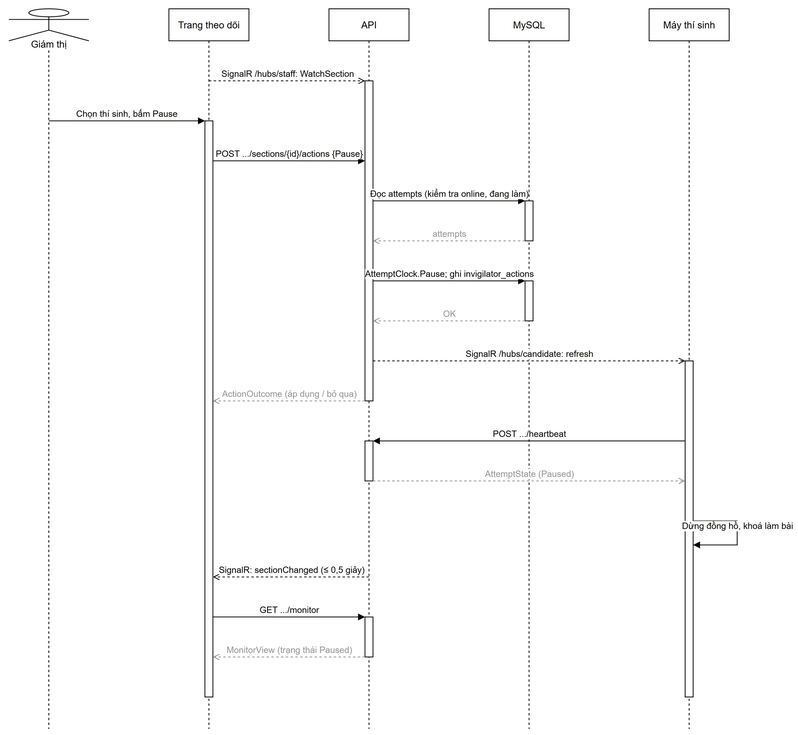
Above: thesis/diagrams/seq-invigilator-pause.drawio.png in trhlow/cambridge-exam-prep (draw.io), before the change. Source tidied: cells renumbered, new cells last; positions are measured from the earlier drawing's top-left corner, leaving out a move shared by most shapes.
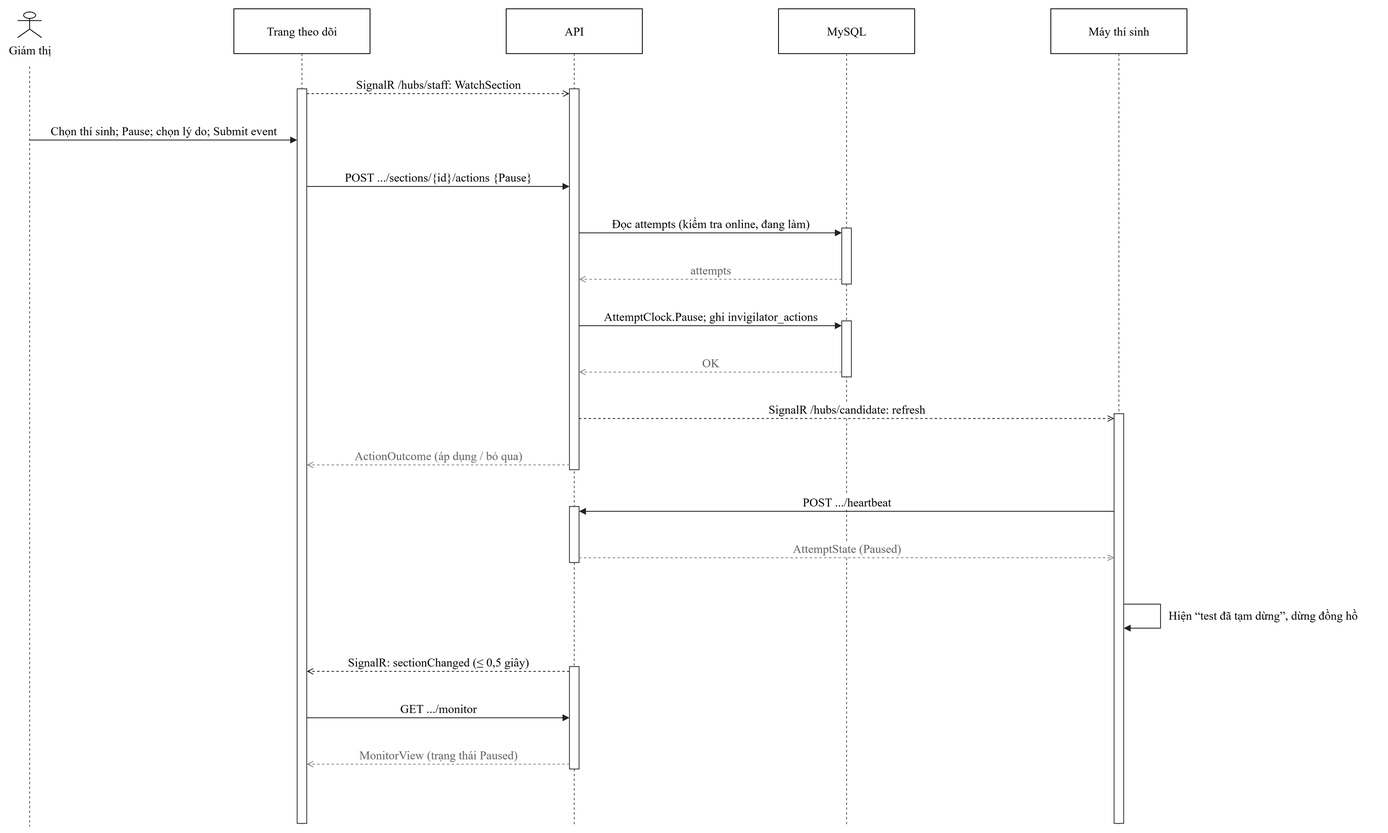
After the commit.

The edit, as a diff of the source:
```diff
@@ -2,91 +2,168 @@
   <root>
     <mxCell id="0" />
     <mxCell id="1" parent="0" />
-    <mxCell id="2" value="Giám thị" style="shape=umlLifeline;perimeter=lifelinePerimeter;whiteSpace=wrap;html=1;outlineConnect=0;portConstraint=eastwest;size=40;participant=umlActor;verticalAlign=bottom;spacingBottom=-14;labelBackgroundColor=#ffffff;" parent="1" vertex="1">
-      <mxGeometry width="100" height="900" as="geometry" />
+    <mxCell id="2" value="Giám thị" style="shape=umlActor;verticalLabelPosition=bottom;verticalAlign=top;html=1;outlineConnect=0;fontFamily=Times New Roman;fontSize=15;" parent="1" vertex="1">
+      <mxGeometry x="75" y="-36" width="30" height="32" as="geometry" />
     </mxCell>
+    <mxCell id="29" style="endArrow=none;dashed=1;html=1;strokeColor=#555555;" parent="1" edge="1">
+      <mxGeometry relative="1" as="geometry">
+        <mxPoint x="90" y="32" as="sourcePoint" />
+        <mxPoint x="90" y="982" as="targetPoint" />
+      </mxGeometry>
+    </mxCell>
-    <mxCell id="3" value="Trang theo dõi" style="shape=umlLifeline;perimeter=lifelinePerimeter;whiteSpace=wrap;html=1;outlineConnect=0;portConstraint=eastwest;size=40;" parent="1" vertex="1">
-      <mxGeometry x="200" width="100" height="900" as="geometry" />
+    <mxCell id="3" value="Trang theo dõi" style="rounded=0;whiteSpace=wrap;html=1;fontFamily=Times New Roman;fontSize=15;" parent="1" vertex="1">
+      <mxGeometry x="345" y="-40" width="170" height="56" as="geometry" />
     </mxCell>
+    <mxCell id="30" style="endArrow=none;dashed=1;html=1;strokeColor=#555555;" parent="1" edge="1">
+      <mxGeometry relative="1" as="geometry">
+        <mxPoint x="430" y="16" as="sourcePoint" />
+        <mxPoint x="430" y="982" as="targetPoint" />
+      </mxGeometry>
+    </mxCell>
-    <mxCell id="4" value="API" style="shape=umlLifeline;perimeter=lifelinePerimeter;whiteSpace=wrap;html=1;outlineConnect=0;portConstraint=eastwest;size=40;" parent="1" vertex="1">
-      <mxGeometry x="400" width="100" height="900" as="geometry" />
+    <mxCell id="4" value="API" style="rounded=0;whiteSpace=wrap;html=1;fontFamily=Times New Roman;fontSize=15;" parent="1" vertex="1">
+      <mxGeometry x="685" y="-40" width="170" height="56" as="geometry" />
     </mxCell>
+    <mxCell id="31" style="endArrow=none;dashed=1;html=1;strokeColor=#555555;" parent="1" edge="1">
+      <mxGeometry relative="1" as="geometry">
+        <mxPoint x="770" y="16" as="sourcePoint" />
+        <mxPoint x="770" y="982" as="targetPoint" />
+      </mxGeometry>
+    </mxCell>
-    <mxCell id="5" value="MySQL" style="shape=umlLifeline;perimeter=lifelinePerimeter;whiteSpace=wrap;html=1;size=40;" parent="1" vertex="1">
-      <mxGeometry x="600" width="100" height="900" as="geometry" />
+    <mxCell id="5" value="MySQL" style="rounded=0;whiteSpace=wrap;html=1;fontFamily=Times New Roman;fontSize=15;" parent="1" vertex="1">
+      <mxGeometry x="1025" y="-40" width="170" height="56" as="geometry" />
     </mxCell>
+    <mxCell id="32" style="endArrow=none;dashed=1;html=1;strokeColor=#555555;" parent="1" edge="1">
+      <mxGeometry relative="1" as="geometry">
+        <mxPoint x="1110" y="16" as="sourcePoint" />
+        <mxPoint x="1110" y="982" as="targetPoint" />
+      </mxGeometry>
+    </mxCell>
-    <mxCell id="6" value="Máy thí sinh" style="shape=umlLifeline;perimeter=lifelinePerimeter;whiteSpace=wrap;html=1;size=40;" parent="1" vertex="1">
-      <mxGeometry x="800" width="100" height="900" as="geometry" />
+    <mxCell id="6" value="Máy thí sinh" style="rounded=0;whiteSpace=wrap;html=1;fontFamily=Times New Roman;fontSize=15;" parent="1" vertex="1">
+      <mxGeometry x="1365" y="-40" width="170" height="56" as="geometry" />
     </mxCell>
-    <mxCell id="7" style="html=1;points=[];perimeter=orthogonalPerimeter;outlineConnect=0;fillColor=#ffffff;" parent="5" vertex="1">
-      <mxGeometry x="45" y="240" width="10" height="50" as="geometry" />
-    </mxCell>
-    <mxCell id="8" style="html=1;points=[];perimeter=orthogonalPerimeter;outlineConnect=0;fillColor=#ffffff;" parent="5" vertex="1">
-      <mxGeometry x="45" y="340" width="10" height="50" as="geometry" />
-    </mxCell>
-    <mxCell id="9" style="html=1;points=[];perimeter=orthogonalPerimeter;outlineConnect=0;fillColor=#ffffff;" parent="4" vertex="1">
-      <mxGeometry x="45" y="90" width="10" height="400" as="geometry" />
-    </mxCell>
-    <mxCell id="10" style="html=1;points=[];perimeter=orthogonalPerimeter;outlineConnect=0;fillColor=#ffffff;" parent="4" vertex="1">
-      <mxGeometry x="45" y="540" width="10" height="50" as="geometry" />
-    </mxCell>
-    <mxCell id="11" style="html=1;points=[];perimeter=orthogonalPerimeter;outlineConnect=0;fillColor=#ffffff;" parent="4" vertex="1">
-      <mxGeometry x="45" y="760" width="10" height="50" as="geometry" />
-    </mxCell>
-    <mxCell id="12" style="html=1;points=[];perimeter=orthogonalPerimeter;outlineConnect=0;fillColor=#ffffff;" parent="3" vertex="1">
-      <mxGeometry x="45" y="140" width="10" height="720" as="geometry" />
-    </mxCell>
-    <mxCell id="13" style="html=1;points=[];perimeter=orthogonalPerimeter;outlineConnect=0;fillColor=#ffffff;" parent="6" vertex="1">
-      <mxGeometry x="45" y="440" width="10" height="420" as="geometry" />
-    </mxCell>
+    <mxCell id="33" style="endArrow=none;dashed=1;html=1;strokeColor=#555555;" parent="1" edge="1">
+      <mxGeometry relative="1" as="geometry">
+        <mxPoint x="1450" y="16" as="sourcePoint" />
+        <mxPoint x="1450" y="982" as="targetPoint" />
+      </mxGeometry>
+    </mxCell>
+    <mxCell id="34" style="rounded=0;whiteSpace=wrap;html=1;fillColor=#ffffff;strokeColor=#333333;" parent="1" vertex="1">
+      <mxGeometry x="1104" y="234" width="12" height="70" as="geometry" />
+    </mxCell>
+    <mxCell id="35" style="rounded=0;whiteSpace=wrap;html=1;fillColor=#ffffff;strokeColor=#333333;" parent="1" vertex="1">
+      <mxGeometry x="1104" y="350" width="12" height="70" as="geometry" />
+    </mxCell>
+    <mxCell id="36" style="rounded=0;whiteSpace=wrap;html=1;fillColor=#ffffff;strokeColor=#333333;" parent="1" vertex="1">
+      <mxGeometry x="764" y="60" width="12" height="476" as="geometry" />
+    </mxCell>
+    <mxCell id="37" style="rounded=0;whiteSpace=wrap;html=1;fillColor=#ffffff;strokeColor=#333333;" parent="1" vertex="1">
+      <mxGeometry x="764" y="582" width="12" height="70" as="geometry" />
+    </mxCell>
+    <mxCell id="38" style="rounded=0;whiteSpace=wrap;html=1;fillColor=#ffffff;strokeColor=#333333;" parent="1" vertex="1">
+      <mxGeometry x="764" y="782" width="12" height="128" as="geometry" />
+    </mxCell>
+    <mxCell id="39" style="rounded=0;whiteSpace=wrap;html=1;fillColor=#ffffff;strokeColor=#333333;" parent="1" vertex="1">
+      <mxGeometry x="424" y="60" width="12" height="918" as="geometry" />
+    </mxCell>
+    <mxCell id="40" style="rounded=0;whiteSpace=wrap;html=1;fillColor=#ffffff;strokeColor=#333333;" parent="1" vertex="1">
+      <mxGeometry x="1444" y="466" width="12" height="512" as="geometry" />
+    </mxCell>
-    <mxCell id="14" value="SignalR /hubs/staff: WatchSection" style="html=1;verticalAlign=bottom;endArrow=open;dashed=1;curved=0;rounded=0;exitX=0.5;exitY=0.1;entryX=0;entryY=0.0;" parent="1" edge="1" source="3" target="9">
-      <mxGeometry relative="1" as="geometry" />
+    <mxCell id="14" value="SignalR /hubs/staff: WatchSection" style="endArrow=open;dashed=1;html=1;rounded=0;strokeColor=#222222;fontFamily=Times New Roman;fontSize=15;labelBackgroundColor=#ffffff;verticalAlign=bottom;" parent="1" edge="1">
+      <mxGeometry relative="1" as="geometry">
+        <mxPoint x="436" y="66" as="sourcePoint" />
+        <mxPoint x="764" y="66" as="targetPoint" />
+      </mxGeometry>
     </mxCell>
-    <mxCell id="15" value="Chọn thí sinh, bấm Pause" style="html=1;verticalAlign=bottom;endArrow=block;curved=0;rounded=0;exitX=0.5;exitY=0.1556;entryX=0;entryY=0.0;" parent="1" edge="1" source="2" target="12">
-      <mxGeometry relative="1" as="geometry" />
-    </mxCell>
+    <mxCell id="41" value="Chọn thí sinh; Pause; chọn lý do; Submit event" style="endArrow=block;endFill=1;html=1;rounded=0;strokeColor=#222222;fontFamily=Times New Roman;fontSize=15;labelBackgroundColor=#ffffff;verticalAlign=bottom;" parent="1" edge="1">
+      <mxGeometry relative="1" as="geometry">
+        <mxPoint x="90" y="124" as="sourcePoint" />
+        <mxPoint x="424" y="124" as="targetPoint" />
+      </mxGeometry>
+    </mxCell>
-    <mxCell id="16" value="POST .../sections/{id}/actions {Pause}" style="html=1;verticalAlign=bottom;endArrow=block;curved=0;rounded=0;exitX=1;exitY=0.0694;entryX=0;entryY=0.25;" parent="1" edge="1" source="12" target="9">
-      <mxGeometry relative="1" as="geometry" />
+    <mxCell id="16" value="POST .../sections/{id}/actions {Pause}" style="endArrow=block;endFill=1;html=1;rounded=0;strokeColor=#222222;fontFamily=Times New Roman;fontSize=15;labelBackgroundColor=#ffffff;verticalAlign=bottom;" parent="1" edge="1">
+      <mxGeometry relative="1" as="geometry">
+        <mxPoint x="436" y="182" as="sourcePoint" />
+        <mxPoint x="764" y="182" as="targetPoint" />
+      </mxGeometry>
     </mxCell>
-    <mxCell id="17" value="Đọc attempts (kiểm tra online, đang làm)" style="html=1;verticalAlign=bottom;endArrow=block;curved=0;rounded=0;exitX=1;exitY=0.375;entryX=0;entryY=0.0;" parent="1" edge="1" source="9" target="7">
-      <mxGeometry relative="1" as="geometry" />
+    <mxCell id="17" value="Đọc attempts (kiểm tra online, đang làm)" style="endArrow=block;endFill=1;html=1;rounded=0;strokeColor=#222222;fontFamily=Times New Roman;fontSize=15;labelBackgroundColor=#ffffff;verticalAlign=bottom;" parent="1" edge="1">
+      <mxGeometry relative="1" as="geometry">
+        <mxPoint x="776" y="240" as="sourcePoint" />
+        <mxPoint x="1104" y="240" as="targetPoint" />
+      </mxGeometry>
     </mxCell>
-    <mxCell id="18" value="attempts" style="html=1;verticalAlign=bottom;endArrow=open;dashed=1;curved=0;rounded=0;strokeColor=#999999;fontColor=#999999;exitX=0;exitY=1.0;entryX=1;entryY=0.5;" parent="1" edge="1" source="7" target="9">
-      <mxGeometry relative="1" as="geometry" />
+    <mxCell id="18" value="attempts" style="endArrow=open;dashed=1;html=1;rounded=0;strokeColor=#888888;fontColor=#666666;fontFamily=Times New Roman;fontSize=15;labelBackgroundColor=#ffffff;verticalAlign=bottom;" parent="1" edge="1">
+      <mxGeometry relative="1" as="geometry">
+        <mxPoint x="1104" y="298" as="sourcePoint" />
+        <mxPoint x="776" y="298" as="targetPoint" />
+      </mxGeometry>
     </mxCell>
-    <mxCell id="19" value="AttemptClock.Pause; ghi invigilator_actions" style="html=1;verticalAlign=bottom;endArrow=block;curved=0;rounded=0;exitX=1;exitY=0.625;entryX=0;entryY=0.0;" parent="1" edge="1" source="9" target="8">
-      <mxGeometry relative="1" as="geometry" />
+    <mxCell id="19" value="AttemptClock.Pause; ghi invigilator_actions" style="endArrow=block;endFill=1;html=1;rounded=0;strokeColor=#222222;fontFamily=Times New Roman;fontSize=15;labelBackgroundColor=#ffffff;verticalAlign=bottom;" parent="1" edge="1">
+      <mxGeometry relative="1" as="geometry">
+        <mxPoint x="776" y="356" as="sourcePoint" />
+        <mxPoint x="1104" y="356" as="targetPoint" />
+      </mxGeometry>
     </mxCell>
-    <mxCell id="20" value="OK" style="html=1;verticalAlign=bottom;endArrow=open;dashed=1;curved=0;rounded=0;strokeColor=#999999;fontColor=#999999;exitX=0;exitY=1.0;entryX=1;entryY=0.75;" parent="1" edge="1" source="8" target="9">
-      <mxGeometry relative="1" as="geometry" />
+    <mxCell id="20" value="OK" style="endArrow=open;dashed=1;html=1;rounded=0;strokeColor=#888888;fontColor=#666666;fontFamily=Times New Roman;fontSize=15;labelBackgroundColor=#ffffff;verticalAlign=bottom;" parent="1" edge="1">
+      <mxGeometry relative="1" as="geometry">
+        <mxPoint x="1104" y="414" as="sourcePoint" />
+        <mxPoint x="776" y="414" as="targetPoint" />
+      </mxGeometry>
     </mxCell>
-    <mxCell id="21" value="SignalR /hubs/candidate: refresh" style="html=1;verticalAlign=bottom;endArrow=open;dashed=1;curved=0;rounded=0;exitX=1;exitY=0.875;entryX=0;entryY=0.0;" parent="1" edge="1" source="9" target="13">
-      <mxGeometry relative="1" as="geometry" />
+    <mxCell id="21" value="SignalR /hubs/candidate: refresh" style="endArrow=open;dashed=1;html=1;rounded=0;strokeColor=#222222;fontFamily=Times New Roman;fontSize=15;labelBackgroundColor=#ffffff;verticalAlign=bottom;" parent="1" edge="1">
+      <mxGeometry relative="1" as="geometry">
+        <mxPoint x="776" y="472" as="sourcePoint" />
+        <mxPoint x="1444" y="472" as="targetPoint" />
+      </mxGeometry>
     </mxCell>
-    <mxCell id="22" value="ActionOutcome (áp dụng / bỏ qua)" style="html=1;verticalAlign=bottom;endArrow=open;dashed=1;curved=0;rounded=0;strokeColor=#999999;fontColor=#999999;exitX=0;exitY=1.0;entryX=1;entryY=0.4861;" parent="1" edge="1" source="9" target="12">
-      <mxGeometry relative="1" as="geometry" />
+    <mxCell id="22" value="ActionOutcome (áp dụng / bỏ qua)" style="endArrow=open;dashed=1;html=1;rounded=0;strokeColor=#888888;fontColor=#666666;fontFamily=Times New Roman;fontSize=15;labelBackgroundColor=#ffffff;verticalAlign=bottom;" parent="1" edge="1">
+      <mxGeometry relative="1" as="geometry">
+        <mxPoint x="764" y="530" as="sourcePoint" />
+        <mxPoint x="436" y="530" as="targetPoint" />
+      </mxGeometry>
     </mxCell>
-    <mxCell id="23" value="POST .../heartbeat" style="html=1;verticalAlign=bottom;endArrow=block;curved=0;rounded=0;exitX=0;exitY=0.2381;entryX=1;entryY=0.0;" parent="1" edge="1" source="13" target="10">
-      <mxGeometry relative="1" as="geometry" />
+    <mxCell id="23" value="POST .../heartbeat" style="endArrow=block;endFill=1;html=1;rounded=0;strokeColor=#222222;fontFamily=Times New Roman;fontSize=15;labelBackgroundColor=#ffffff;verticalAlign=bottom;" parent="1" edge="1">
+      <mxGeometry relative="1" as="geometry">
+        <mxPoint x="1444" y="588" as="sourcePoint" />
+        <mxPoint x="776" y="588" as="targetPoint" />
+      </mxGeometry>
     </mxCell>
-    <mxCell id="24" value="AttemptState (Paused)" style="html=1;verticalAlign=bottom;endArrow=open;dashed=1;curved=0;rounded=0;strokeColor=#999999;fontColor=#999999;exitX=1;exitY=1.0;entryX=0;entryY=0.3571;" parent="1" edge="1" source="10" target="13">
-      <mxGeometry relative="1" as="geometry" />
+    <mxCell id="24" value="AttemptState (Paused)" style="endArrow=open;dashed=1;html=1;rounded=0;strokeColor=#888888;fontColor=#666666;fontFamily=Times New Roman;fontSize=15;labelBackgroundColor=#ffffff;verticalAlign=bottom;" parent="1" edge="1">
+      <mxGeometry relative="1" as="geometry">
+        <mxPoint x="776" y="646" as="sourcePoint" />
+        <mxPoint x="1444" y="646" as="targetPoint" />
+      </mxGeometry>
     </mxCell>
-    <mxCell id="25" value="Dừng đồng hồ, khoá làm bài" style="html=1;verticalAlign=bottom;endArrow=block;curved=0;rounded=0;exitX=1;exitY=0.4762;entryX=1;entryY=0.5476;" parent="1" edge="1" source="13" target="13">
-      <mxGeometry relative="1" as="geometry">
-        <Array as="points">
-          <mxPoint x="910" y="640" />
-          <mxPoint x="910" y="670" />
-        </Array>
-      </mxGeometry>
-    </mxCell>
+    <mxCell id="42" style="endArrow=block;endFill=1;html=1;rounded=0;strokeColor=#222222;fontFamily=Times New Roman;fontSize=15;labelBackgroundColor=#ffffff;verticalAlign=bottom;" parent="1" edge="1">
+      <mxGeometry relative="1" as="geometry">
+        <mxPoint x="1456" y="704" as="sourcePoint" />
+        <mxPoint x="1456" y="734" as="targetPoint" />
+        <Array as="points">
+          <mxPoint x="1502" y="704" />
+          <mxPoint x="1502" y="734" />
+        </Array>
+      </mxGeometry>
+    </mxCell>
+    <mxCell id="43" value="Hiện “test đã tạm dừng”, dừng đồng hồ" style="text;html=1;whiteSpace=wrap;align=left;verticalAlign=middle;fontFamily=Times New Roman;fontSize=15;" parent="1" vertex="1">
+      <mxGeometry x="1510" y="698" width="270" height="40" as="geometry" />
+    </mxCell>
-    <mxCell id="26" value="SignalR: sectionChanged (≤ 0,5 giây)" style="html=1;verticalAlign=bottom;endArrow=open;dashed=1;curved=0;rounded=0;exitX=0.5;exitY=0.7889;entryX=1;entryY=0.7917;" parent="1" edge="1" source="4" target="12">
-      <mxGeometry relative="1" as="geometry" />
+    <mxCell id="26" value="SignalR: sectionChanged (≤ 0,5 giây)" style="endArrow=open;dashed=1;html=1;rounded=0;strokeColor=#222222;fontFamily=Times New Roman;fontSize=15;labelBackgroundColor=#ffffff;verticalAlign=bottom;" parent="1" edge="1">
+      <mxGeometry relative="1" as="geometry">
+        <mxPoint x="764" y="788" as="sourcePoint" />
+        <mxPoint x="436" y="788" as="targetPoint" />
+      </mxGeometry>
     </mxCell>
-    <mxCell id="27" value="GET .../monitor" style="html=1;verticalAlign=bottom;endArrow=block;curved=0;rounded=0;exitX=1;exitY=0.8611;entryX=0;entryY=0.0;" parent="1" edge="1" source="12" target="11">
-      <mxGeometry relative="1" as="geometry" />
+    <mxCell id="27" value="GET .../monitor" style="endArrow=block;endFill=1;html=1;rounded=0;strokeColor=#222222;fontFamily=Times New Roman;fontSize=15;labelBackgroundColor=#ffffff;verticalAlign=bottom;" parent="1" edge="1">
+      <mxGeometry relative="1" as="geometry">
+        <mxPoint x="436" y="846" as="sourcePoint" />
+        <mxPoint x="764" y="846" as="targetPoint" />
+      </mxGeometry>
     </mxCell>
-    <mxCell id="28" value="MonitorView (trạng thái Paused)" style="html=1;verticalAlign=bottom;endArrow=open;dashed=1;curved=0;rounded=0;strokeColor=#999999;fontColor=#999999;exitX=0;exitY=1.0;entryX=1;entryY=0.9306;" parent="1" edge="1" source="11" target="12">
-      <mxGeometry relative="1" as="geometry" />
+    <mxCell id="28" value="MonitorView (trạng thái Paused)" style="endArrow=open;dashed=1;html=1;rounded=0;strokeColor=#888888;fontColor=#666666;fontFamily=Times New Roman;fontSize=15;labelBackgroundColor=#ffffff;verticalAlign=bottom;" parent="1" edge="1">
+      <mxGeometry relative="1" as="geometry">
+        <mxPoint x="764" y="904" as="sourcePoint" />
+        <mxPoint x="436" y="904" as="targetPoint" />
+      </mxGeometry>
     </mxCell>
   </root>
 </mxGraphModel>
```
